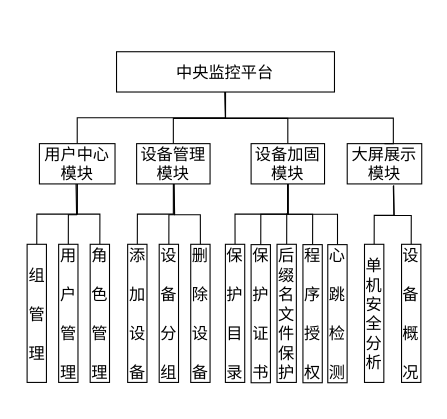
The draw.io diagram 功能划分图.drawio in EchoZgj/paper, before the edit. Source tidied: cells renumbered, new cells numbered last; positions are measured from the earlier drawing's top-left corner, leaving out a move shared by most shapes. Both pictures are drawn from the tidied source at 108%, with x=0, y=0 at pixel (18, 18).
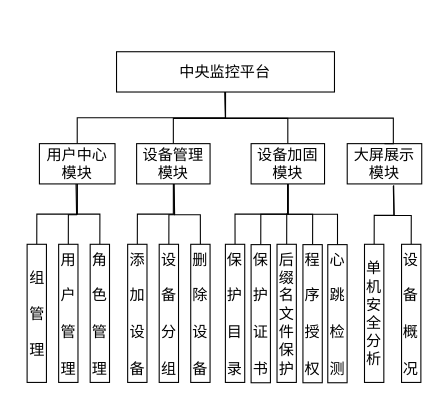
The same page after the edit.

Commit message:
Update 功能划分图.drawio

Unchanged cells that the change refers to:
```xml
<mxCell id="6" style="group;" parent="5" vertex="1">
  <mxGeometry width="380" height="331" as="geometry" />
</mxCell>
```

What changed in the source:
```diff
@@
-    <mxCell id="7" value="&lt;font style=&quot;font-size: 15px&quot;&gt;中央监控平台&lt;/font&gt;" style="rounded=0;whiteSpace=wrap;html=1;" parent="6" vertex="1">
+    <mxCell id="7" value="&lt;font style=&quot;font-size: 14px&quot;&gt;中央监控平台&lt;/font&gt;" style="rounded=0;whiteSpace=wrap;html=1;" parent="6" vertex="1">
       <mxGeometry x="90.4" y="12.4" width="201.8" height="37.3" as="geometry" />
     </mxCell>
@@
-    <mxCell id="9" value="&lt;font style=&quot;font-size: 15px&quot;&gt;用户中心模块&lt;/font&gt;" style="rounded=0;whiteSpace=wrap;html=1;" parent="6" vertex="1">
+    <mxCell id="9" value="&lt;font style=&quot;font-size: 14px&quot;&gt;用户中心模块&lt;/font&gt;" style="rounded=0;whiteSpace=wrap;html=1;" parent="6" vertex="1">
       <mxGeometry x="19" y="97.5" width="70" height="37.3" as="geometry" />
     </mxCell>
@@
-    <mxCell id="11" value="&lt;font style=&quot;font-size: 15px&quot;&gt;设备管理模块&lt;/font&gt;" style="rounded=0;whiteSpace=wrap;html=1;" parent="6" vertex="1">
+    <mxCell id="11" value="&lt;font style=&quot;font-size: 14px&quot;&gt;设备管理模块&lt;/font&gt;" style="rounded=0;whiteSpace=wrap;html=1;" parent="6" vertex="1">
       <mxGeometry x="109" y="97.5" width="68" height="37.3" as="geometry" />
     </mxCell>
@@
-    <mxCell id="14" value="&lt;font style=&quot;font-size: 15px&quot;&gt;设备加固模块&lt;/font&gt;" style="rounded=0;whiteSpace=wrap;html=1;" parent="6" vertex="1">
+    <mxCell id="14" value="&lt;font style=&quot;font-size: 14px&quot;&gt;设备加固模块&lt;/font&gt;" style="rounded=0;whiteSpace=wrap;html=1;" parent="6" vertex="1">
       <mxGeometry x="215" y="97.5" width="68" height="37.3" as="geometry" />
     </mxCell>
-    <mxCell id="15" value="&lt;font style=&quot;font-size: 15px&quot;&gt;大屏展示模块&lt;/font&gt;" style="rounded=0;whiteSpace=wrap;html=1;" parent="6" vertex="1">
+    <mxCell id="15" value="&lt;font style=&quot;font-size: 14px&quot;&gt;大屏展示模块&lt;/font&gt;" style="rounded=0;whiteSpace=wrap;html=1;" parent="6" vertex="1">
       <mxGeometry x="304" y="97.5" width="69" height="37.3" as="geometry" />
     </mxCell>
@@
-    <mxCell id="18" value="&lt;span style=&quot;font-size: 15px&quot;&gt;组&lt;br&gt;&lt;br&gt;管&lt;br&gt;&lt;br&gt;理&lt;br&gt;&lt;/span&gt;" style="rounded=0;whiteSpace=wrap;html=1;" parent="6" vertex="1">
+    <mxCell id="18" value="&lt;span style=&quot;font-size: 14px&quot;&gt;组&lt;br&gt;&lt;br&gt;管&lt;br&gt;&lt;br&gt;理&lt;br&gt;&lt;/span&gt;" style="rounded=0;whiteSpace=wrap;html=1;" parent="6" vertex="1">
       <mxGeometry x="7.6" y="190.7" width="17.9" height="127.9" as="geometry" />
     </mxCell>
@@
-    <mxCell id="20" value="&lt;span style=&quot;font-size: 15px&quot;&gt;用&lt;br&gt;&lt;br&gt;户&lt;br&gt;&lt;br&gt;管&lt;br&gt;&lt;br&gt;理&lt;br&gt;&lt;/span&gt;" style="rounded=0;whiteSpace=wrap;html=1;" parent="6" vertex="1">
+    <mxCell id="20" value="&lt;span style=&quot;font-size: 14px&quot;&gt;用&lt;br&gt;&lt;br&gt;户&lt;br&gt;&lt;br&gt;管&lt;br&gt;&lt;br&gt;理&lt;br&gt;&lt;/span&gt;" style="rounded=0;whiteSpace=wrap;html=1;" parent="6" vertex="1">
       <mxGeometry x="36.8" y="190.7" width="17.9" height="127.9" as="geometry" />
     </mxCell>
@@
-    <mxCell id="22" value="&lt;span style=&quot;font-size: 15px&quot;&gt;角&lt;br&gt;&lt;br&gt;色&lt;br&gt;&lt;br&gt;管&lt;br&gt;&lt;br&gt;理&lt;br&gt;&lt;/span&gt;" style="rounded=0;whiteSpace=wrap;html=1;" parent="6" vertex="1">
+    <mxCell id="22" value="&lt;span style=&quot;font-size: 14px&quot;&gt;角&lt;br&gt;&lt;br&gt;色&lt;br&gt;&lt;br&gt;管&lt;br&gt;&lt;br&gt;理&lt;br&gt;&lt;/span&gt;" style="rounded=0;whiteSpace=wrap;html=1;" parent="6" vertex="1">
       <mxGeometry x="66" y="190.7" width="17.9" height="127.9" as="geometry" />
     </mxCell>
@@
-    <mxCell id="24" value="&lt;span style=&quot;font-size: 15px&quot;&gt;&lt;br&gt;添&lt;br&gt;&lt;br&gt;加&lt;br&gt;&lt;br&gt;设&lt;br&gt;&lt;br&gt;备&lt;br&gt;&lt;br&gt;&lt;/span&gt;" style="rounded=0;whiteSpace=wrap;html=1;" parent="6" vertex="1">
+    <mxCell id="24" value="&lt;span style=&quot;font-size: 14px&quot;&gt;&lt;br&gt;添&lt;br&gt;&lt;br&gt;加&lt;br&gt;&lt;br&gt;设&lt;br&gt;&lt;br&gt;备&lt;br&gt;&lt;br&gt;&lt;/span&gt;" style="rounded=0;whiteSpace=wrap;html=1;" parent="6" vertex="1">
       <mxGeometry x="100.7" y="190.7" width="17.9" height="127.9" as="geometry" />
     </mxCell>
@@
-    <mxCell id="26" value="&lt;span style=&quot;font-size: 15px&quot;&gt;设&lt;br&gt;&lt;br&gt;备&lt;br&gt;&lt;br&gt;分&lt;br&gt;&lt;br&gt;组&lt;br&gt;&lt;/span&gt;" style="rounded=0;whiteSpace=wrap;html=1;" parent="6" vertex="1">
+    <mxCell id="26" value="&lt;span style=&quot;font-size: 14px&quot;&gt;设&lt;br&gt;&lt;br&gt;备&lt;br&gt;&lt;br&gt;分&lt;br&gt;&lt;br&gt;组&lt;br&gt;&lt;/span&gt;" style="rounded=0;whiteSpace=wrap;html=1;" parent="6" vertex="1">
       <mxGeometry x="129.9" y="190.7" width="17.9" height="127.9" as="geometry" />
     </mxCell>
@@
-    <mxCell id="28" value="&lt;span style=&quot;font-size: 15px&quot;&gt;删&lt;br&gt;&lt;br&gt;除&lt;br&gt;&lt;br&gt;设&lt;br&gt;&lt;br&gt;备&lt;br&gt;&lt;/span&gt;" style="rounded=0;whiteSpace=wrap;html=1;" parent="6" vertex="1">
+    <mxCell id="28" value="&lt;span style=&quot;font-size: 14px&quot;&gt;删&lt;br&gt;&lt;br&gt;除&lt;br&gt;&lt;br&gt;设&lt;br&gt;&lt;br&gt;备&lt;br&gt;&lt;/span&gt;" style="rounded=0;whiteSpace=wrap;html=1;" parent="6" vertex="1">
       <mxGeometry x="159.1" y="190.7" width="17.9" height="127.9" as="geometry" />
     </mxCell>
@@
-    <mxCell id="30" value="&lt;span style=&quot;font-size: 15px&quot;&gt;保&lt;br&gt;&lt;br&gt;护&lt;br&gt;&lt;br&gt;目&lt;br&gt;&lt;br&gt;录&lt;br&gt;&lt;/span&gt;" style="rounded=0;whiteSpace=wrap;html=1;" parent="6" vertex="1">
+    <mxCell id="30" value="&lt;span style=&quot;font-size: 14px&quot;&gt;保&lt;br&gt;&lt;br&gt;护&lt;br&gt;&lt;br&gt;目&lt;br&gt;&lt;br&gt;录&lt;br&gt;&lt;/span&gt;" style="rounded=0;whiteSpace=wrap;html=1;" parent="6" vertex="1">
       <mxGeometry x="191.2" y="190.7" width="17.9" height="127.9" as="geometry" />
     </mxCell>
@@
-    <mxCell id="32" value="&lt;span style=&quot;font-size: 15px&quot;&gt;保&lt;br&gt;&lt;br&gt;护&lt;br&gt;&lt;br&gt;证&lt;br&gt;&lt;br&gt;书&lt;br&gt;&lt;/span&gt;" style="rounded=0;whiteSpace=wrap;html=1;" parent="6" vertex="1">
+    <mxCell id="32" value="&lt;span style=&quot;font-size: 14px&quot;&gt;保&lt;br&gt;&lt;br&gt;护&lt;br&gt;&lt;br&gt;证&lt;br&gt;&lt;br&gt;书&lt;br&gt;&lt;/span&gt;" style="rounded=0;whiteSpace=wrap;html=1;" parent="6" vertex="1">
       <mxGeometry x="215" y="191" width="17.9" height="127.9" as="geometry" />
     </mxCell>
@@
-    <mxCell id="34" value="&lt;span style=&quot;font-size: 15px&quot;&gt;后&lt;br&gt;缀&lt;br&gt;名&lt;br&gt;文&lt;br&gt;件&lt;br&gt;保&lt;br&gt;护&lt;br&gt;&lt;/span&gt;" style="rounded=0;whiteSpace=wrap;html=1;" parent="6" vertex="1">
+    <mxCell id="34" value="&lt;span style=&quot;font-size: 14px&quot;&gt;后&lt;br&gt;缀&lt;br&gt;名&lt;br&gt;文&lt;br&gt;件&lt;br&gt;保&lt;br&gt;护&lt;br&gt;&lt;/span&gt;" style="rounded=0;whiteSpace=wrap;html=1;" parent="6" vertex="1">
       <mxGeometry x="239" y="190.7" width="17.9" height="127.9" as="geometry" />
     </mxCell>
@@
-    <mxCell id="36" value="&lt;span style=&quot;font-size: 15px&quot;&gt;程&lt;br&gt;&lt;br&gt;序&lt;br&gt;&lt;br&gt;授&lt;br&gt;&lt;br&gt;权&lt;br&gt;&lt;/span&gt;" style="rounded=0;whiteSpace=wrap;html=1;" parent="6" vertex="1">
+    <mxCell id="36" value="&lt;span style=&quot;font-size: 14px&quot;&gt;程&lt;br&gt;&lt;br&gt;序&lt;br&gt;&lt;br&gt;授&lt;br&gt;&lt;br&gt;权&lt;br&gt;&lt;/span&gt;" style="rounded=0;whiteSpace=wrap;html=1;" parent="6" vertex="1">
       <mxGeometry x="263" y="191" width="17.9" height="127.9" as="geometry" />
     </mxCell>
@@
-    <mxCell id="38" value="&lt;span style=&quot;font-size: 15px&quot;&gt;单&lt;br&gt;机&lt;br&gt;安&lt;br&gt;全&lt;br&gt;分&lt;br&gt;析&lt;br&gt;&lt;/span&gt;" style="rounded=0;whiteSpace=wrap;html=1;" parent="6" vertex="1">
+    <mxCell id="38" value="&lt;span style=&quot;font-size: 14px&quot;&gt;单&lt;br&gt;机&lt;br&gt;安&lt;br&gt;全&lt;br&gt;分&lt;br&gt;析&lt;br&gt;&lt;/span&gt;" style="rounded=0;whiteSpace=wrap;html=1;" parent="6" vertex="1">
       <mxGeometry x="320" y="190.7" width="17.9" height="127.9" as="geometry" />
     </mxCell>
@@
-    <mxCell id="40" value="&lt;span style=&quot;font-size: 15px&quot;&gt;设&lt;br&gt;&lt;br&gt;备&lt;br&gt;&lt;br&gt;概&lt;br&gt;&lt;br&gt;况&lt;br&gt;&lt;/span&gt;" style="rounded=0;whiteSpace=wrap;html=1;" parent="6" vertex="1">
+    <mxCell id="40" value="&lt;span style=&quot;font-size: 14px&quot;&gt;设&lt;br&gt;&lt;br&gt;备&lt;br&gt;&lt;br&gt;概&lt;br&gt;&lt;br&gt;况&lt;br&gt;&lt;/span&gt;" style="rounded=0;whiteSpace=wrap;html=1;" parent="6" vertex="1">
       <mxGeometry x="354.3" y="190.7" width="17.9" height="127.9" as="geometry" />
     </mxCell>
-    <mxCell id="41" value="&lt;span style=&quot;font-size: 15px&quot;&gt;心&lt;br&gt;&lt;br&gt;跳&lt;br&gt;&lt;br&gt;检&lt;br&gt;&lt;br&gt;测&lt;br&gt;&lt;/span&gt;" style="rounded=0;whiteSpace=wrap;html=1;" parent="6" vertex="1">
+    <mxCell id="41" value="&lt;span style=&quot;font-size: 14px&quot;&gt;心&lt;br&gt;&lt;br&gt;跳&lt;br&gt;&lt;br&gt;检&lt;br&gt;&lt;br&gt;测&lt;br&gt;&lt;/span&gt;" style="rounded=0;whiteSpace=wrap;html=1;" parent="6" vertex="1">
       <mxGeometry x="286" y="191" width="17.9" height="127.9" as="geometry" />
     </mxCell>
```
